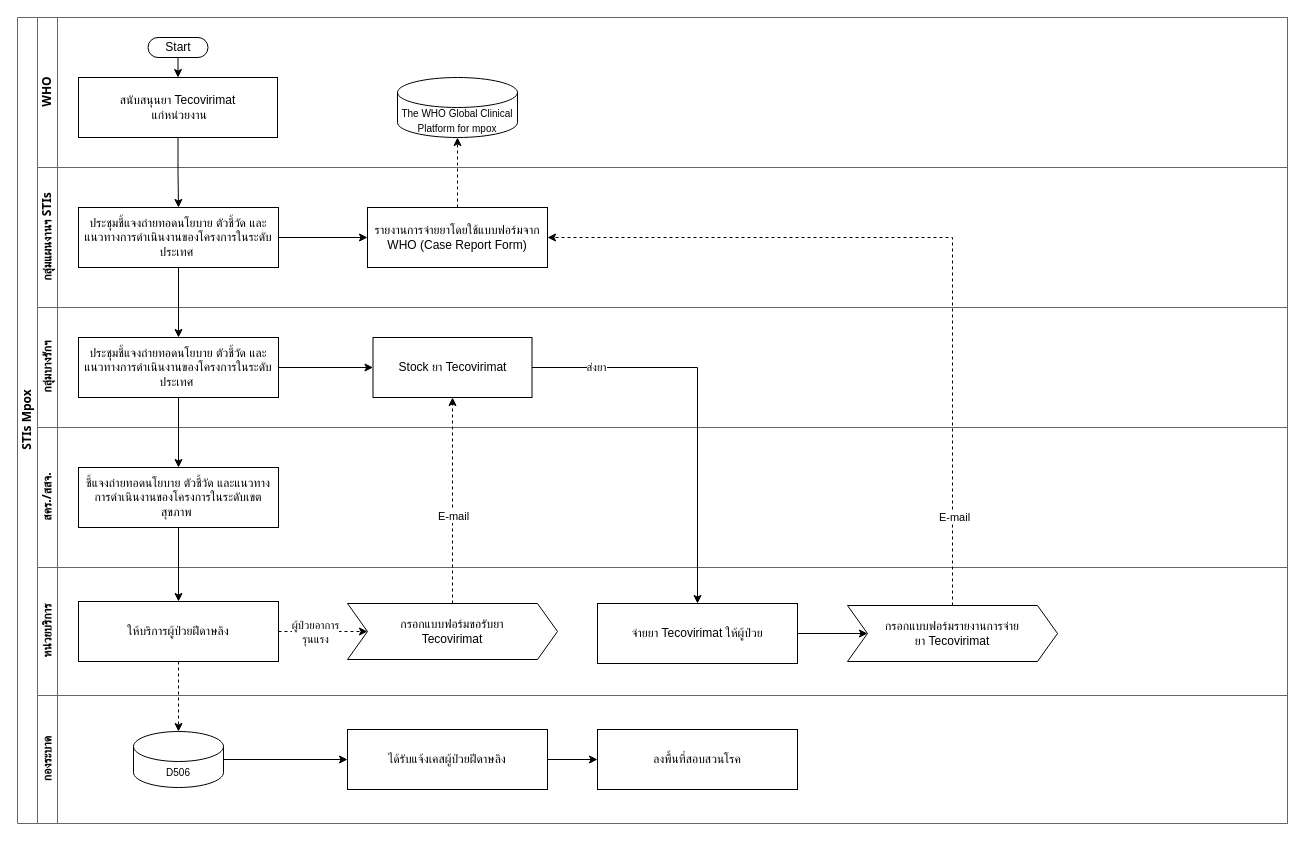
Earlier version of the draw.io diagram page "STIs_Mpox" (24 of 26) of HIVs Work-Data Diagram.drawio (anun311/regist). Source tidied: cells renumbered, new cells numbered last; positions are measured from the earlier drawing's top-left corner, leaving out a move shared by most shapes. Both pictures are drawn from the tidied source at 100%, with x=0, y=0 at pixel (17, 17).
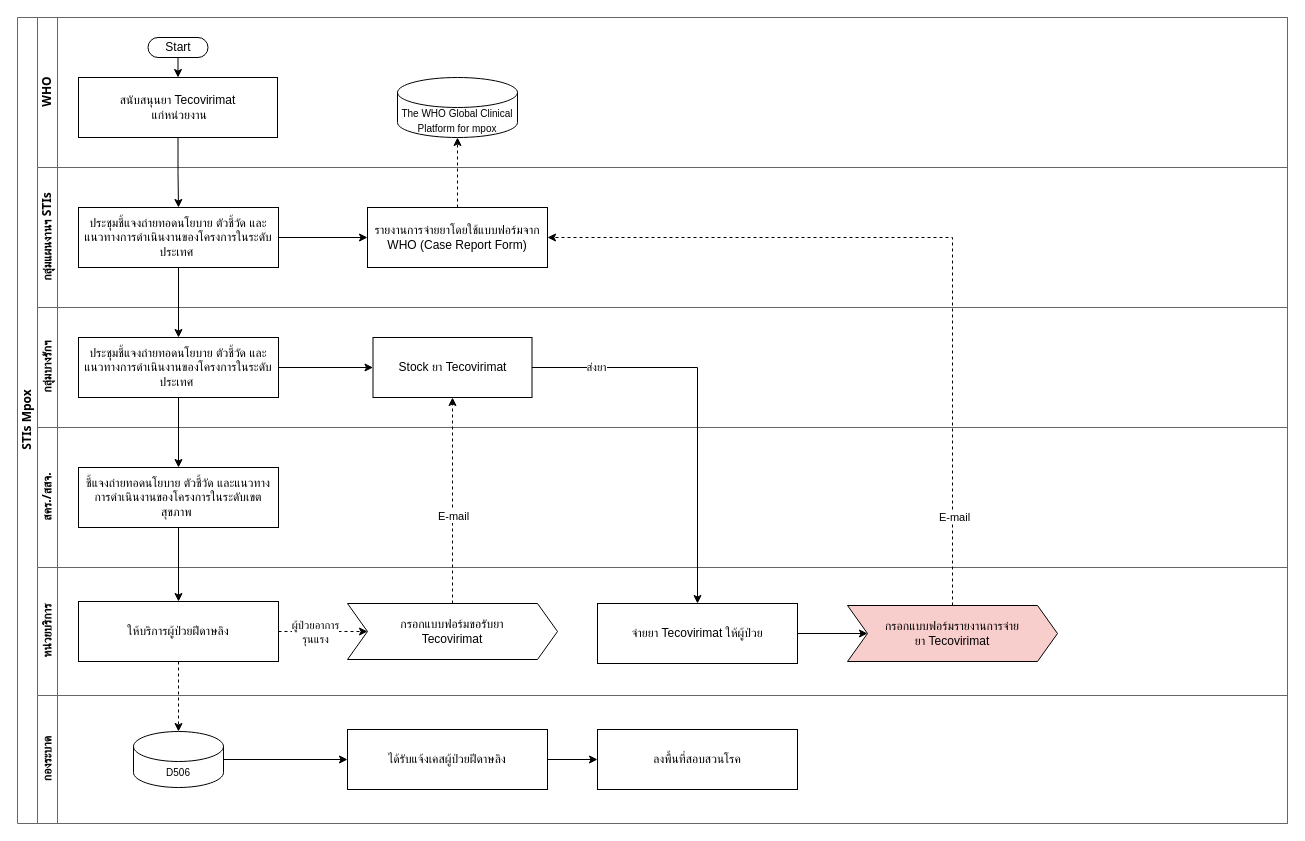
Above is the later version.

Unchanged cells that the change refers to:
```xml
<mxCell id="18" value="หน่วยบริการ" style="swimlane;html=1;startSize=20;horizontal=0;fontFamily=Tahoma;strokeColor=#666666;" parent="2" vertex="1">
  <mxGeometry x="20" y="550" width="1250" height="128" as="geometry" />
</mxCell>
```

Change to the diagram source:
```diff
@@
-    <mxCell id="25" value="กรอกแบบฟอร์มรายงานการจ่าย&lt;br&gt;ยา Tecovirimat" style="shape=step;perimeter=stepPerimeter;whiteSpace=wrap;html=1;fixedSize=1;" parent="18" vertex="1">
+    <mxCell id="25" value="กรอกแบบฟอร์มรายงานการจ่าย&lt;br&gt;ยา Tecovirimat" style="shape=step;perimeter=stepPerimeter;whiteSpace=wrap;html=1;fixedSize=1;fillColor=#F8CECC;" parent="18" vertex="1">
       <mxGeometry x="810" y="38" width="210" height="56" as="geometry" />
     </mxCell>
```
